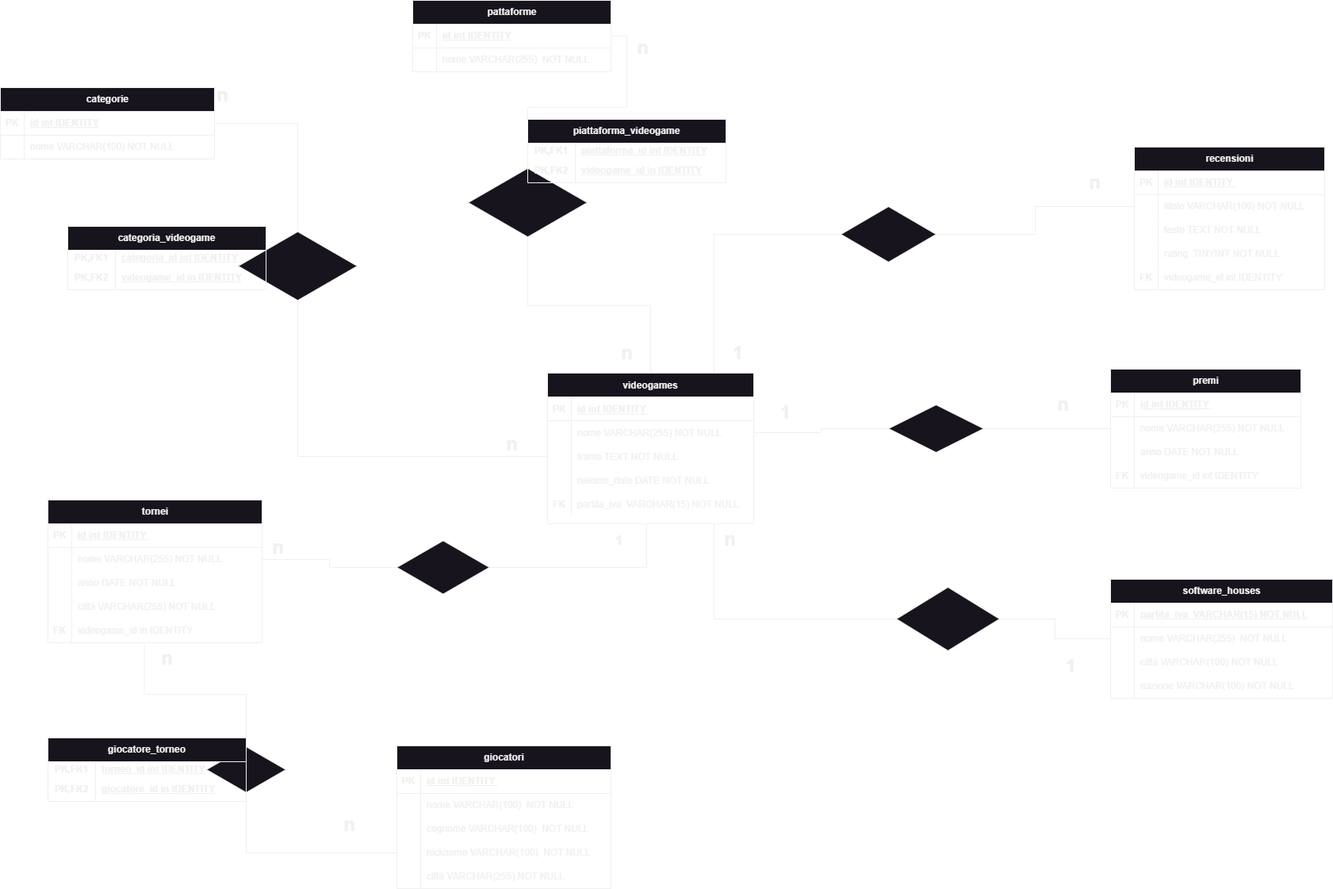
FrancescoCauzzi/db-videogames keeps this draw.io diagram as db-videogames.png. Above is the earlier version. Source tidied: cells renumbered, new cells last; positions are measured from the earlier drawing's top-left corner, leaving out a move shared by most shapes.
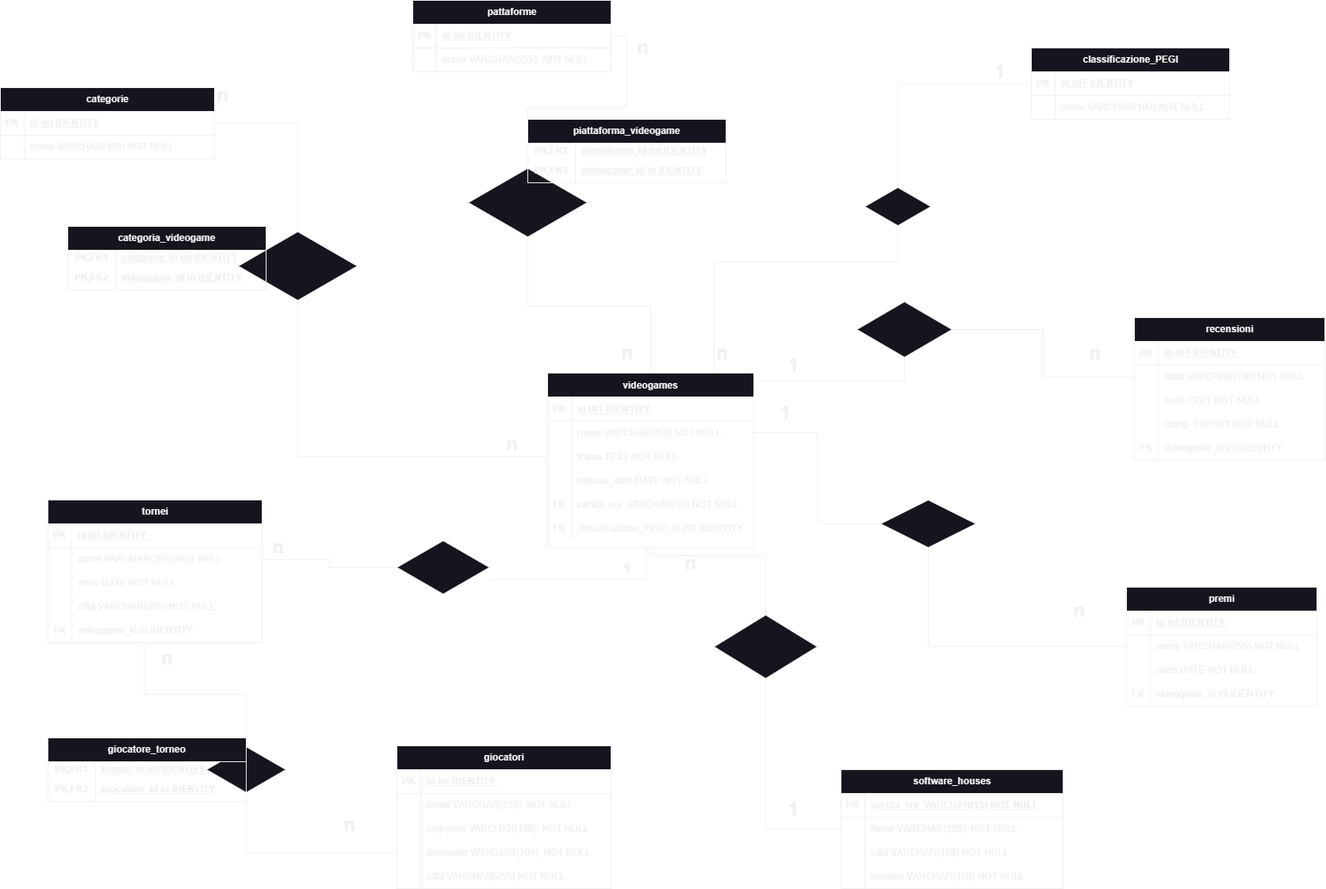
The same file after the commit.

Commit message:
feat: PEGI category added

The edit, as a diff of the source:
```diff
@@ -3,7 +3,7 @@
     <mxCell id="0" />
     <mxCell id="1" parent="0" />
     <mxCell id="2" value="videogames" style="shape=table;startSize=30;rowLines=0;fontStyle=1;align=center;" parent="1" vertex="1">
-      <mxGeometry x="690" y="470" width="260" height="190" as="geometry" />
+      <mxGeometry x="690" y="470" width="260" height="220" as="geometry" />
     </mxCell>
     <mxCell id="3" style="shape=partialRectangle;fillColor=none;top=0;left=0;right=0;bottom=1;" parent="2" vertex="1">
       <mxGeometry y="30" width="260" height="30" as="geometry" />
@@ -11,7 +11,7 @@
     <mxCell id="4" value="PK" style="shape=partialRectangle;overflow=hidden;fillColor=none;top=0;left=0;bottom=0;right=0;fontStyle=1;" parent="3" vertex="1">
       <mxGeometry width="30" height="30" as="geometry" />
     </mxCell>
-    <mxCell id="5" value="id int IDENTITY " style="shape=partialRectangle;overflow=hidden;fillColor=none;top=0;left=0;bottom=0;right=0;align=left;spacingLeft=6;fontStyle=5;" parent="3" vertex="1">
+    <mxCell id="5" value="id INT IDENTITY " style="shape=partialRectangle;overflow=hidden;fillColor=none;top=0;left=0;bottom=0;right=0;align=left;spacingLeft=6;fontStyle=5;" parent="3" vertex="1">
       <mxGeometry x="30" width="230" height="30" as="geometry" />
     </mxCell>
     <mxCell id="6" style="shape=partialRectangle;fillColor=none;points=[[0,0.5],[1,0.5]];portConstraint=eastwest;top=0;left=0;right=0;bottom=0;" parent="2" vertex="1">
@@ -50,8 +50,17 @@
     <mxCell id="17" value="partita_iva  VARCHAR(15) NOT NULL" style="shape=partialRectangle;overflow=hidden;fillColor=none;top=0;left=0;bottom=0;right=0;align=left;spacingLeft=6;" parent="15" vertex="1">
       <mxGeometry x="30" width="230" height="30" as="geometry" />
     </mxCell>
+    <mxCell id="162" style="shape=partialRectangle;fillColor=none;top=0;left=0;right=0;bottom=0;" parent="2" vertex="1">
+      <mxGeometry y="180" width="260" height="30" as="geometry" />
+    </mxCell>
+    <mxCell id="163" value="FK" style="shape=partialRectangle;overflow=hidden;fillColor=none;top=0;left=0;bottom=0;right=0;fontStyle=1;" parent="162" vertex="1">
+      <mxGeometry width="30" height="30" as="geometry" />
+    </mxCell>
+    <mxCell id="164" value="classificazione_PEGI_id INT IDENTITY" style="shape=partialRectangle;overflow=hidden;fillColor=none;top=0;left=0;bottom=0;right=0;align=left;spacingLeft=6;" parent="162" vertex="1">
+      <mxGeometry x="30" width="230" height="30" as="geometry" />
+    </mxCell>
     <mxCell id="18" value="software_houses" style="shape=table;startSize=30;rowLines=0;fontStyle=1;align=center;html=1;" parent="1" vertex="1">
-      <mxGeometry x="1400" y="730" width="280" height="150" as="geometry" />
+      <mxGeometry x="1060" y="970" width="280" height="150" as="geometry" />
     </mxCell>
     <mxCell id="19" style="shape=tableRow;horizontal=0;startSize=0;swimlaneHead=0;swimlaneBody=0;fillColor=none;top=0;left=0;right=0;bottom=1;" parent="18" vertex="1">
       <mxGeometry y="30" width="280" height="30" as="geometry" />
@@ -228,7 +237,7 @@
       <mxGeometry x="30" width="240" height="30" as="geometry" />
     </mxCell>
     <mxCell id="77" value="recensioni" style="shape=table;startSize=30;rowLines=0;fontStyle=1;align=center;html=1;" parent="1" vertex="1">
-      <mxGeometry x="1430" y="185" width="240" height="180" as="geometry" />
+      <mxGeometry x="1430" y="400" width="240" height="180" as="geometry" />
     </mxCell>
     <mxCell id="78" style="shape=tableRow;horizontal=0;startSize=0;swimlaneHead=0;swimlaneBody=0;fillColor=none;top=0;left=0;right=0;bottom=1;" parent="77" vertex="1">
       <mxGeometry y="30" width="240" height="30" as="geometry" />
@@ -236,7 +245,7 @@
     <mxCell id="79" value="PK" style="shape=partialRectangle;fillColor=none;top=0;left=0;bottom=0;right=0;fontStyle=1;overflow=hidden;whiteSpace=wrap;html=1;" parent="78" vertex="1">
       <mxGeometry width="30" height="30" as="geometry" />
     </mxCell>
-    <mxCell id="80" value="id int IDENTITY&amp;nbsp;" style="shape=partialRectangle;fillColor=none;top=0;left=0;bottom=0;right=0;align=left;spacingLeft=6;fontStyle=5;overflow=hidden;whiteSpace=wrap;html=1;" parent="78" vertex="1">
+    <mxCell id="80" value="id INT IDENTITY&amp;nbsp;" style="shape=partialRectangle;fillColor=none;top=0;left=0;bottom=0;right=0;align=left;spacingLeft=6;fontStyle=5;overflow=hidden;whiteSpace=wrap;html=1;" parent="78" vertex="1">
       <mxGeometry x="30" width="210" height="30" as="geometry" />
     </mxCell>
     <mxCell id="81" style="shape=tableRow;horizontal=0;startSize=0;swimlaneHead=0;swimlaneBody=0;fillColor=none;points=[[0,0.5],[1,0.5]];portConstraint=eastwest;top=0;left=0;right=0;bottom=0;" parent="77" vertex="1">
@@ -276,7 +285,7 @@
       <mxGeometry x="30" width="210" height="30" as="geometry" />
     </mxCell>
     <mxCell id="93" value="premi" style="shape=table;startSize=30;rowLines=0;fontStyle=1;align=center;html=1;" parent="1" vertex="1">
-      <mxGeometry x="1400" y="465" width="240" height="150" as="geometry" />
+      <mxGeometry x="1420" y="740" width="240" height="150" as="geometry" />
     </mxCell>
     <mxCell id="94" style="shape=tableRow;horizontal=0;startSize=0;swimlaneHead=0;swimlaneBody=0;fillColor=none;top=0;left=0;right=0;bottom=1;" parent="93" vertex="1">
       <mxGeometry y="30" width="240" height="30" as="geometry" />
@@ -318,13 +327,13 @@
       <mxGeometry relative="1" as="geometry" />
     </mxCell>
     <mxCell id="107" style="shape=rhombus;perimeter=rhombusPerimeter;whiteSpace=wrap;html=1;align=center;" parent="1" vertex="1">
-      <mxGeometry x="1120" y="510" width="120" height="60" as="geometry" />
+      <mxGeometry x="1110" y="630" width="120" height="60" as="geometry" />
     </mxCell>
     <mxCell id="108" style="edgeStyle=orthogonalEdgeStyle;rounded=0;jettySize=auto;html=1;entryX=0;entryY=0.5;entryDx=0;entryDy=0;endArrow=none;endFill=0;" parent="1" edge="1" source="6" target="107">
       <mxGeometry relative="1" as="geometry" />
     </mxCell>
     <mxCell id="109" value="n" style="text;strokeColor=none;fillColor=none;html=1;fontSize=24;fontStyle=1;verticalAlign=middle;align=center;" parent="1" vertex="1">
-      <mxGeometry x="1290" y="490" width="100" height="40" as="geometry" />
+      <mxGeometry x="1310" y="750" width="100" height="40" as="geometry" />
     </mxCell>
     <mxCell id="110" value="1" style="text;strokeColor=none;fillColor=none;html=1;fontSize=24;fontStyle=1;verticalAlign=middle;align=center;" parent="1" vertex="1">
       <mxGeometry x="940" y="500" width="100" height="40" as="geometry" />
@@ -332,7 +341,7 @@
     <mxCell id="111" style="edgeStyle=orthogonalEdgeStyle;rounded=0;jettySize=auto;html=1;endArrow=none;endFill=0;" parent="1" edge="1" source="113" target="2">
       <mxGeometry relative="1" as="geometry">
         <Array as="points">
-          <mxPoint x="900" y="295" />
+          <mxPoint x="1140" y="480" />
         </Array>
       </mxGeometry>
     </mxCell>
@@ -340,19 +349,19 @@
       <mxGeometry relative="1" as="geometry" />
     </mxCell>
     <mxCell id="113" style="shape=rhombus;perimeter=rhombusPerimeter;whiteSpace=wrap;html=1;align=center;" parent="1" vertex="1">
-      <mxGeometry x="1060" y="260" width="120" height="70" as="geometry" />
+      <mxGeometry x="1080" y="380" width="120" height="70" as="geometry" />
     </mxCell>
     <mxCell id="114" value="n" style="text;strokeColor=none;fillColor=none;html=1;fontSize=24;fontStyle=1;verticalAlign=middle;align=center;" parent="1" vertex="1">
-      <mxGeometry x="1330" y="210" width="100" height="40" as="geometry" />
+      <mxGeometry x="1330" y="425" width="100" height="40" as="geometry" />
     </mxCell>
     <mxCell id="115" value="1" style="text;strokeColor=none;fillColor=none;html=1;fontSize=24;fontStyle=1;verticalAlign=middle;align=center;" parent="1" vertex="1">
-      <mxGeometry x="880" y="425" width="100" height="40" as="geometry" />
+      <mxGeometry x="950" y="440" width="100" height="40" as="geometry" />
     </mxCell>
     <mxCell id="116" style="edgeStyle=orthogonalEdgeStyle;rounded=0;jettySize=auto;html=1;entryX=0.5;entryY=1;entryDx=0;entryDy=0;endArrow=none;endFill=0;" parent="1" edge="1" source="118" target="2">
       <mxGeometry relative="1" as="geometry">
         <Array as="points">
-          <mxPoint x="900" y="780" />
-          <mxPoint x="900" y="660" />
+          <mxPoint x="965" y="700" />
+          <mxPoint x="820" y="700" />
         </Array>
       </mxGeometry>
     </mxCell>
@@ -360,13 +369,13 @@
       <mxGeometry relative="1" as="geometry" />
     </mxCell>
     <mxCell id="118" style="shape=rhombus;perimeter=rhombusPerimeter;whiteSpace=wrap;html=1;align=center;" parent="1" vertex="1">
-      <mxGeometry x="1130" y="740" width="130" height="80" as="geometry" />
+      <mxGeometry x="900" y="775" width="130" height="80" as="geometry" />
     </mxCell>
     <mxCell id="119" value="1" style="text;strokeColor=none;fillColor=none;html=1;fontSize=24;fontStyle=1;verticalAlign=middle;align=center;" parent="1" vertex="1">
-      <mxGeometry x="1300" y="820" width="100" height="40" as="geometry" />
+      <mxGeometry x="950" y="1000" width="100" height="40" as="geometry" />
     </mxCell>
     <mxCell id="120" value="n" style="text;strokeColor=none;fillColor=none;html=1;fontSize=24;fontStyle=1;verticalAlign=middle;align=center;" parent="1" vertex="1">
-      <mxGeometry x="870" y="660" width="100" height="40" as="geometry" />
+      <mxGeometry x="820" y="690" width="100" height="40" as="geometry" />
     </mxCell>
     <mxCell id="121" style="edgeStyle=orthogonalEdgeStyle;rounded=0;jettySize=auto;html=1;entryX=1;entryY=0.5;entryDx=0;entryDy=0;endArrow=none;endFill=0;" parent="1" edge="1" source="123" target="32">
       <mxGeometry relative="1" as="geometry" />
@@ -443,8 +452,8 @@
     <mxCell id="145" style="edgeStyle=orthogonalEdgeStyle;rounded=0;jettySize=auto;html=1;entryX=0.5;entryY=1;entryDx=0;entryDy=0;endArrow=none;endFill=0;" parent="1" edge="1" source="147" target="2">
       <mxGeometry relative="1" as="geometry">
         <Array as="points">
-          <mxPoint x="815" y="715" />
-          <mxPoint x="815" y="660" />
+          <mxPoint x="815" y="730" />
+          <mxPoint x="815" y="690" />
         </Array>
       </mxGeometry>
     </mxCell>
@@ -455,7 +464,7 @@
       <mxGeometry x="500" y="680" width="116.7" height="70" as="geometry" />
     </mxCell>
     <mxCell id="148" value="&lt;font style=&quot;font-size: 18px;&quot;&gt;1&lt;/font&gt;" style="text;strokeColor=none;fillColor=none;html=1;fontSize=24;fontStyle=1;verticalAlign=middle;align=center;" parent="1" vertex="1">
-      <mxGeometry x="730" y="660" width="100" height="40" as="geometry" />
+      <mxGeometry x="740" y="695" width="100" height="40" as="geometry" />
     </mxCell>
     <mxCell id="149" value="n" style="text;strokeColor=none;fillColor=none;html=1;fontSize=24;fontStyle=1;verticalAlign=middle;align=center;" parent="1" vertex="1">
       <mxGeometry x="300" y="670" width="100" height="40" as="geometry" />
@@ -496,5 +505,48 @@
     <mxCell id="161" value="giocatore_id in IDENTITY" style="shape=partialRectangle;fillColor=none;top=0;left=0;bottom=0;right=0;align=left;spacingLeft=6;fontStyle=5;overflow=hidden;html=1;whiteSpace=wrap;" parent="159" vertex="1">
       <mxGeometry x="60" width="190" height="30" as="geometry" />
     </mxCell>
+    <mxCell id="165" value="classificazione_PEGI" style="shape=table;startSize=30;rowLines=0;fontStyle=1;align=center;html=1;" parent="1" vertex="1">
+      <mxGeometry x="1300" y="60" width="250" height="90" as="geometry" />
+    </mxCell>
+    <mxCell id="166" style="shape=tableRow;horizontal=0;startSize=0;swimlaneHead=0;swimlaneBody=0;fillColor=none;points=[[0,0.5],[1,0.5]];portConstraint=eastwest;top=0;left=0;right=0;bottom=1;" parent="165" vertex="1">
+      <mxGeometry y="30" width="250" height="30" as="geometry" />
+    </mxCell>
+    <mxCell id="167" value="PK" style="shape=partialRectangle;fillColor=none;top=0;left=0;bottom=0;right=0;fontStyle=1;overflow=hidden;whiteSpace=wrap;html=1;" parent="166" vertex="1">
+      <mxGeometry width="30" height="30" as="geometry" />
+    </mxCell>
+    <mxCell id="168" value="id INT IDENTITY" style="shape=partialRectangle;fillColor=none;top=0;left=0;bottom=0;right=0;align=left;spacingLeft=6;fontStyle=5;overflow=hidden;whiteSpace=wrap;html=1;" parent="166" vertex="1">
+      <mxGeometry x="30" width="220" height="30" as="geometry" />
+    </mxCell>
+    <mxCell id="169" style="shape=tableRow;horizontal=0;startSize=0;swimlaneHead=0;swimlaneBody=0;fillColor=none;top=0;left=0;right=0;bottom=0;" parent="165" vertex="1">
+      <mxGeometry y="60" width="250" height="30" as="geometry" />
+    </mxCell>
+    <mxCell id="170" style="shape=partialRectangle;fillColor=none;top=0;left=0;bottom=0;right=0;overflow=hidden;whiteSpace=wrap;html=1;" parent="169" vertex="1">
+      <mxGeometry width="30" height="30" as="geometry" />
+    </mxCell>
+    <mxCell id="171" value="nome VARCHAR(100) NOT NULL" style="shape=partialRectangle;fillColor=none;top=0;left=0;bottom=0;right=0;align=left;spacingLeft=6;overflow=hidden;whiteSpace=wrap;html=1;" parent="169" vertex="1">
+      <mxGeometry x="30" width="220" height="30" as="geometry" />
+    </mxCell>
+    <mxCell id="172" style="edgeStyle=orthogonalEdgeStyle;rounded=0;jettySize=auto;html=1;endArrow=none;endFill=0;" parent="1" edge="1" source="174" target="166">
+      <mxGeometry relative="1" as="geometry" />
+    </mxCell>
+    <mxCell id="173" style="edgeStyle=orthogonalEdgeStyle;rounded=0;jettySize=auto;html=1;entryX=0.986;entryY=-0.017;entryDx=0;entryDy=0;entryPerimeter=0;endArrow=none;endFill=0;" parent="1" edge="1" source="174" target="2">
+      <mxGeometry relative="1" as="geometry">
+        <Array as="points">
+          <mxPoint x="1132" y="330" />
+          <mxPoint x="900" y="330" />
+          <mxPoint x="900" y="470" />
+          <mxPoint x="946" y="470" />
+        </Array>
+      </mxGeometry>
+    </mxCell>
+    <mxCell id="174" style="html=1;whiteSpace=wrap;shape=isoRectangle;" parent="1" vertex="1">
+      <mxGeometry x="1090" y="235" width="83.3" height="50" as="geometry" />
+    </mxCell>
+    <mxCell id="175" value="n" style="text;strokeColor=none;fillColor=none;html=1;fontSize=24;fontStyle=1;verticalAlign=middle;align=center;" parent="1" vertex="1">
+      <mxGeometry x="860" y="425" width="100" height="40" as="geometry" />
+    </mxCell>
+    <mxCell id="176" value="1" style="text;strokeColor=none;fillColor=none;html=1;fontSize=24;fontStyle=1;verticalAlign=middle;align=center;" parent="1" vertex="1">
+      <mxGeometry x="1210" y="70" width="100" height="40" as="geometry" />
+    </mxCell>
   </root>
 </mxGraphModel>
```
